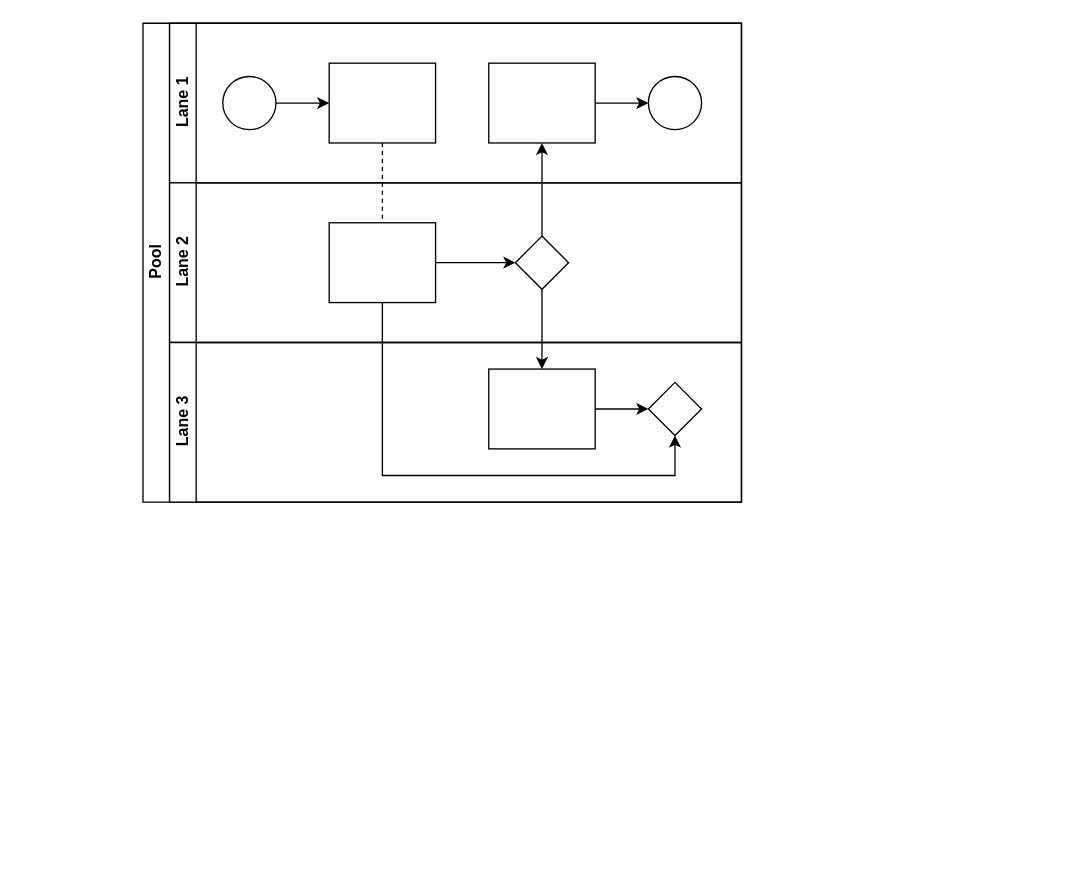
This is 学习.drawio from ljxpython/picture, a draw.io file, before an edit. Source tidied: cells renumbered, new cells numbered last; positions are measured from the earlier drawing's top-left corner, leaving out a move shared by most shapes. Both pictures are drawn from the tidied source at 133%, with x=0, y=0 at pixel (142, 23).
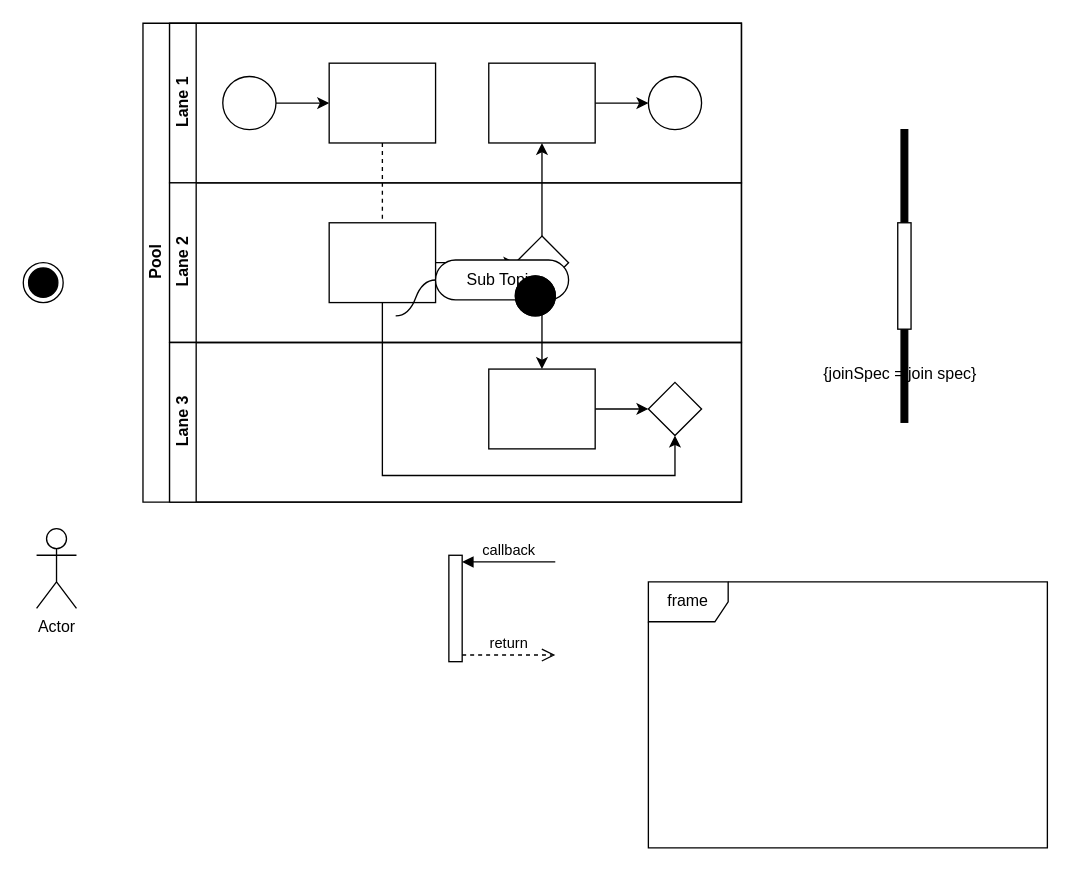
Above is the later version.

The edit, as a diff of the source:
```diff
@@
+    <mxCell id="22" value="Sub Topic" style="whiteSpace=wrap;html=1;rounded=1;arcSize=50;align=center;verticalAlign=middle;strokeWidth=1;spacing=4;newEdgeStyle={&quot;edgeStyle&quot;:&quot;entityRelationEdgeStyle&quot;,&quot;startArrow&quot;:&quot;none&quot;,&quot;endArrow&quot;:&quot;none&quot;,&quot;segment&quot;:10,&quot;curved&quot;:1,&quot;sourcePerimeterSpacing&quot;:0,&quot;targetPerimeterSpacing&quot;:0};" parent="1" vertex="1">
+      <mxGeometry x="220" y="178" width="100" height="30" as="geometry" />
+    </mxCell>
+    <mxCell id="23" style="edgeStyle=entityRelationEdgeStyle;startArrow=none;endArrow=none;segment=10;curved=1;sourcePerimeterSpacing=0;targetPerimeterSpacing=0;rounded=0;" parent="1" edge="1" target="22">
+      <mxGeometry relative="1" as="geometry">
+        <mxPoint x="190" y="220" as="sourcePoint" />
+      </mxGeometry>
+    </mxCell>
+    <mxCell id="24" style="html=1;perimeter=orthogonalPerimeter;fillColor=strokeColor;" parent="1" vertex="1">
+      <mxGeometry x="570" y="80" width="5" height="220" as="geometry" />
+    </mxCell>
+    <mxCell id="25" value="{joinSpec = join spec}" style="html=1;perimeter=orthogonalPerimeter;fillColor=strokeColor;align=left;verticalAlign=top;spacingLeft=10;strokeColor=#FFFFFF;" parent="1" vertex="1">
+      <mxGeometry x="500" y="250" width="5" height="80" as="geometry" />
+    </mxCell>
+    <mxCell id="26" style="html=1;perimeter=orthogonalPerimeter;targetShapes=umlLifeline;newEdgeStyle={&quot;curved&quot;:0,&quot;rounded&quot;:0};" parent="1" vertex="1">
+      <mxGeometry x="567.5" y="150" width="10" height="80" as="geometry" />
+    </mxCell>
+    <mxCell id="27" style="ellipse;fillColor=strokeColor;html=1;" parent="1" vertex="1">
+      <mxGeometry x="280" y="190" width="30" height="30" as="geometry" />
+    </mxCell>
+    <mxCell id="28" style="ellipse;html=1;shape=endState;fillColor=strokeColor;" parent="1" vertex="1">
+      <mxGeometry x="280" y="190" width="30" height="30" as="geometry" />
+    </mxCell>
+    <mxCell id="29" style="ellipse;html=1;shape=endState;fillColor=strokeColor;" parent="1" vertex="1">
+      <mxGeometry x="-90" y="180" width="30" height="30" as="geometry" />
+    </mxCell>
+    <mxCell id="30" value="Actor" style="shape=umlActor;verticalLabelPosition=bottom;verticalAlign=top;html=1;" parent="1" vertex="1">
+      <mxGeometry x="-80" y="380" width="30" height="60" as="geometry" />
+    </mxCell>
+    <mxCell id="31" style="html=1;points=[[0,0,0,0,5],[0,1,0,0,-5],[1,0,0,0,5],[1,1,0,0,-5]];perimeter=orthogonalPerimeter;outlineConnect=0;targetShapes=umlLifeline;portConstraint=eastwest;newEdgeStyle={&quot;curved&quot;:0,&quot;rounded&quot;:0};" parent="1" vertex="1">
+      <mxGeometry x="230" y="400" width="10" height="80" as="geometry" />
+    </mxCell>
+    <mxCell id="32" value="callback" style="html=1;verticalAlign=bottom;endArrow=block;curved=0;rounded=0;entryX=1;entryY=0;entryDx=0;entryDy=5;" parent="1" edge="1" target="31">
+      <mxGeometry relative="1" as="geometry">
+        <mxPoint x="310" y="405" as="sourcePoint" />
+      </mxGeometry>
+    </mxCell>
+    <mxCell id="33" value="return" style="html=1;verticalAlign=bottom;endArrow=open;dashed=1;endSize=8;curved=0;rounded=0;exitX=1;exitY=1;exitDx=0;exitDy=-5;" parent="1" edge="1" source="31">
+      <mxGeometry relative="1" as="geometry">
+        <mxPoint x="310" y="475" as="targetPoint" />
+      </mxGeometry>
+    </mxCell>
+    <mxCell id="34" value="frame" style="shape=umlFrame;whiteSpace=wrap;html=1;" parent="1" vertex="1">
+      <mxGeometry x="380" y="420" width="300" height="200" as="geometry" />
+    </mxCell>
```
